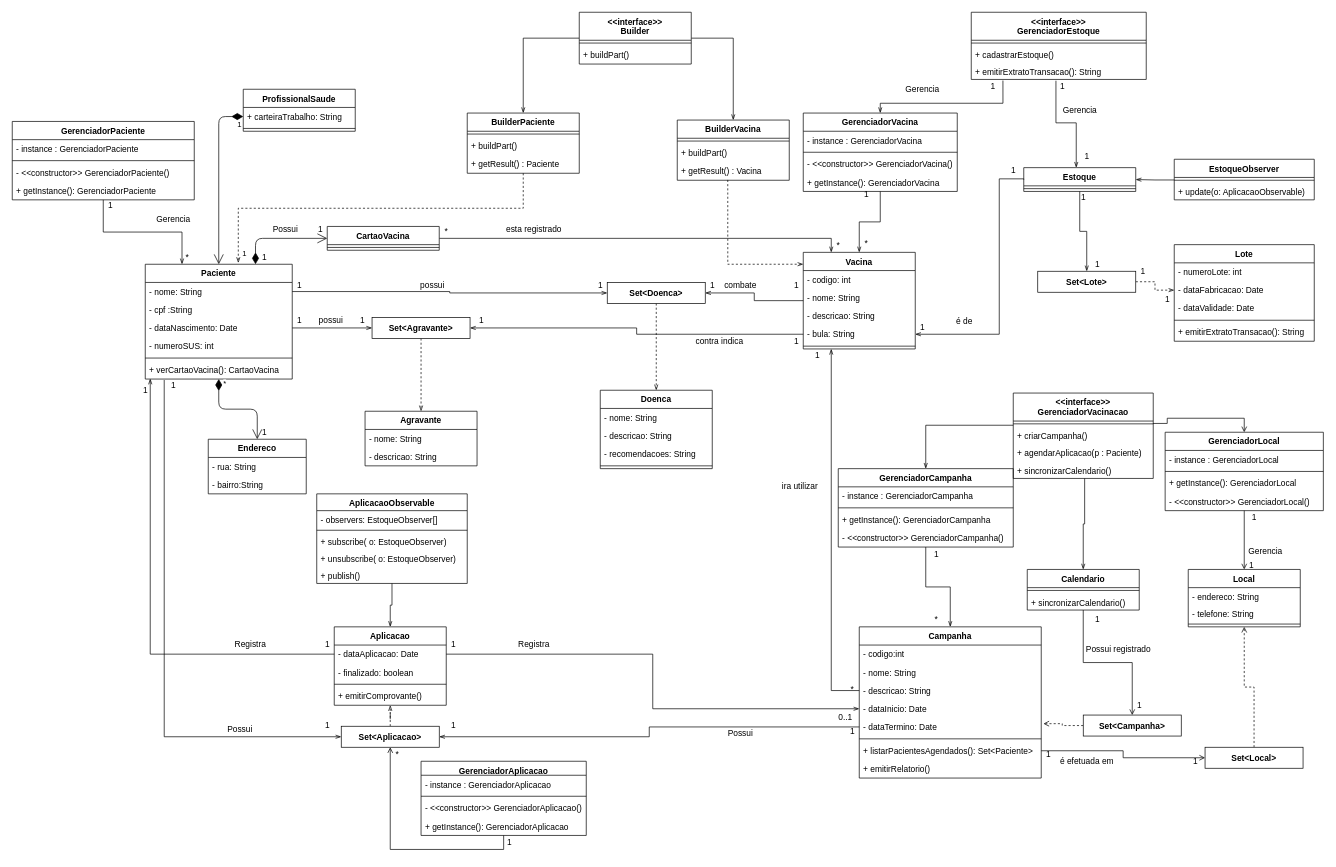
The draw.io diagram doc/classesdeprojeto.drawio in Numb4r/DiviVac, before the edit. Source tidied: cells renumbered, new cells numbered last; positions are measured from the earlier drawing's top-left corner, leaving out a move shared by most shapes. Both pictures are drawn from the tidied source at 70%, with x=0, y=0 at pixel (12, 12).
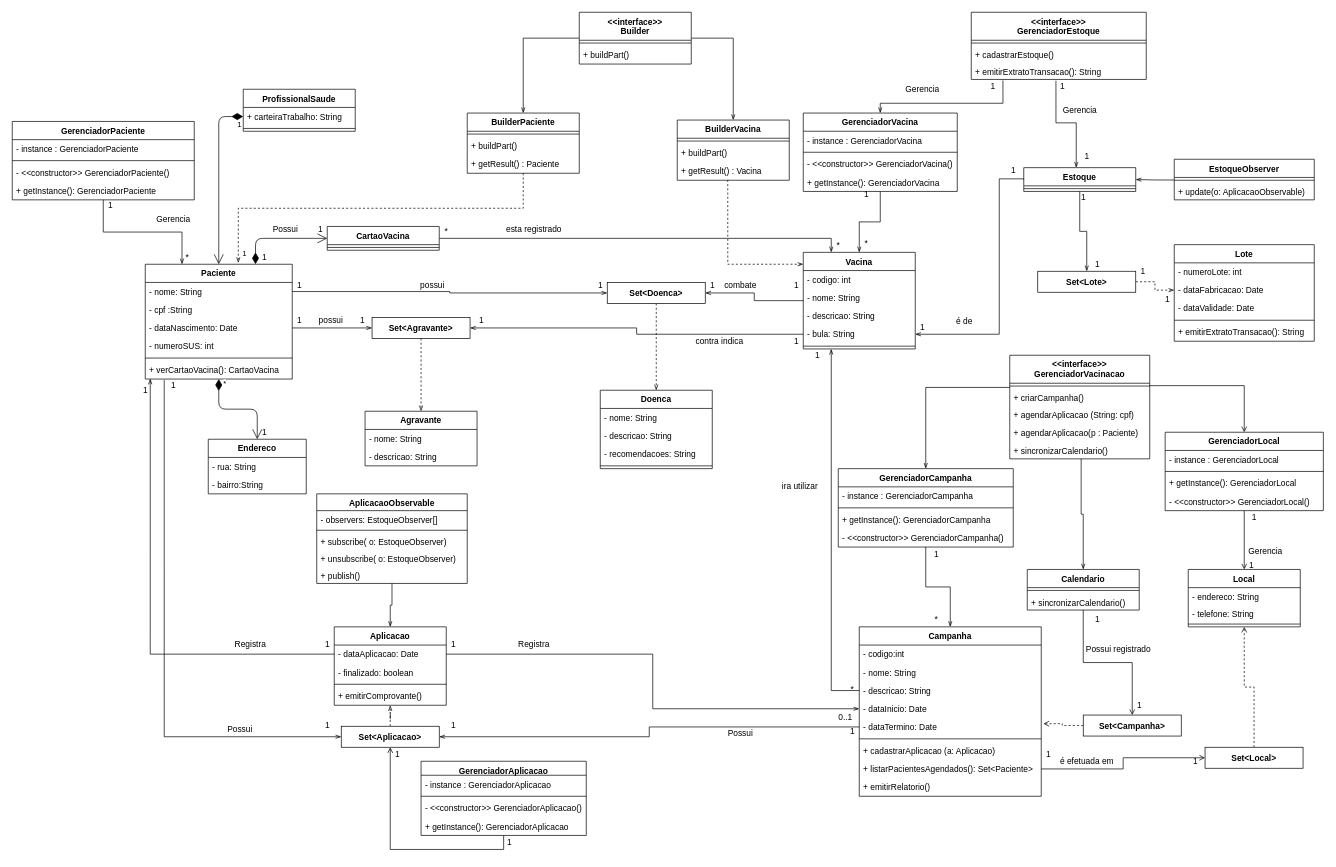
Above is the later version.

Commit message (it also covers changes not shown here):
Adicionado funcoes DCP

Change to the diagram source:
```diff
@@
     <mxCell id="69" value="Campanha" style="swimlane;fontStyle=1;align=center;verticalAlign=top;horizontal=1;startSize=26;" parent="1" vertex="1">
-      <mxGeometry x="1210" y="878" width="260" height="216" as="geometry" />
+      <mxGeometry x="1210" y="878" width="260" height="242" as="geometry" />
     </mxCell>
@@
+    <mxCell id="223" value="+ cadastrarAplicacao (a: Aplicacao)" style="text;strokeColor=none;fillColor=none;align=left;verticalAlign=top;spacingLeft=4;spacingRight=4;overflow=hidden;" parent="69" vertex="1">
+      <mxGeometry y="164" width="260" height="26" as="geometry" />
+    </mxCell>
     <mxCell id="76" value="+ listarPacientesAgendados(): Set&lt;Paciente&gt; " style="text;strokeColor=none;fillColor=none;align=left;verticalAlign=top;spacingLeft=4;spacingRight=4;overflow=hidden;points=[[0,0.5],[1,0.5]];portConstraint=eastwest;" parent="69" vertex="1">
-      <mxGeometry y="164" width="260" height="26" as="geometry" />
+      <mxGeometry y="190" width="260" height="26" as="geometry" />
     </mxCell>
     <mxCell id="77" value="+ emitirRelatorio()" style="text;strokeColor=none;fillColor=none;align=left;verticalAlign=top;spacingLeft=4;spacingRight=4;overflow=hidden;" parent="69" vertex="1">
-      <mxGeometry y="190" width="260" height="26" as="geometry" />
+      <mxGeometry y="216" width="260" height="26" as="geometry" />
     </mxCell>
@@
     <mxCell id="100" value="&lt;&lt;interface&gt;&gt;&#10;GerenciadorVacinacao" style="swimlane;fontStyle=1;align=center;verticalAlign=top;horizontal=1;startSize=40;" parent="1" vertex="1">
-      <mxGeometry x="1430" y="544" width="200" height="122" as="geometry" />
+      <mxGeometry x="1425" y="490" width="200" height="148" as="geometry" />
     </mxCell>
@@
+    <mxCell id="224" value="+ agendarAplicacao (String: cpf)" style="text;strokeColor=none;fillColor=none;align=left;verticalAlign=top;spacingLeft=4;spacingRight=4;overflow=hidden;" parent="100" vertex="1">
+      <mxGeometry y="72" width="200" height="26" as="geometry" />
+    </mxCell>
     <mxCell id="103" value="+ agendarAplicacao(p : Paciente)" style="text;strokeColor=none;fillColor=none;align=left;verticalAlign=top;spacingLeft=4;spacingRight=4;overflow=hidden;" parent="100" vertex="1">
-      <mxGeometry y="72" width="200" height="26" as="geometry" />
+      <mxGeometry y="98" width="200" height="26" as="geometry" />
     </mxCell>
     <mxCell id="104" value="+ sincronizarCalendario() " style="text;strokeColor=none;fillColor=none;align=left;verticalAlign=top;spacingLeft=4;spacingRight=4;overflow=hidden;points=[[0,0.5],[1,0.5]];portConstraint=eastwest;" parent="100" vertex="1">
-      <mxGeometry y="98" width="200" height="24" as="geometry" />
+      <mxGeometry y="124" width="200" height="24" as="geometry" />
     </mxCell>
@@
-    <mxCell id="222" value="*" style="text;html=1;align=center;verticalAlign=middle;strokeColor=none;" parent="1" vertex="1">
+    <mxCell id="222" value="1" style="text;html=1;align=center;verticalAlign=middle;strokeColor=none;" parent="1" vertex="1">
       <mxGeometry x="540" y="1050" width="20" height="20" as="geometry" />
     </mxCell>
```
